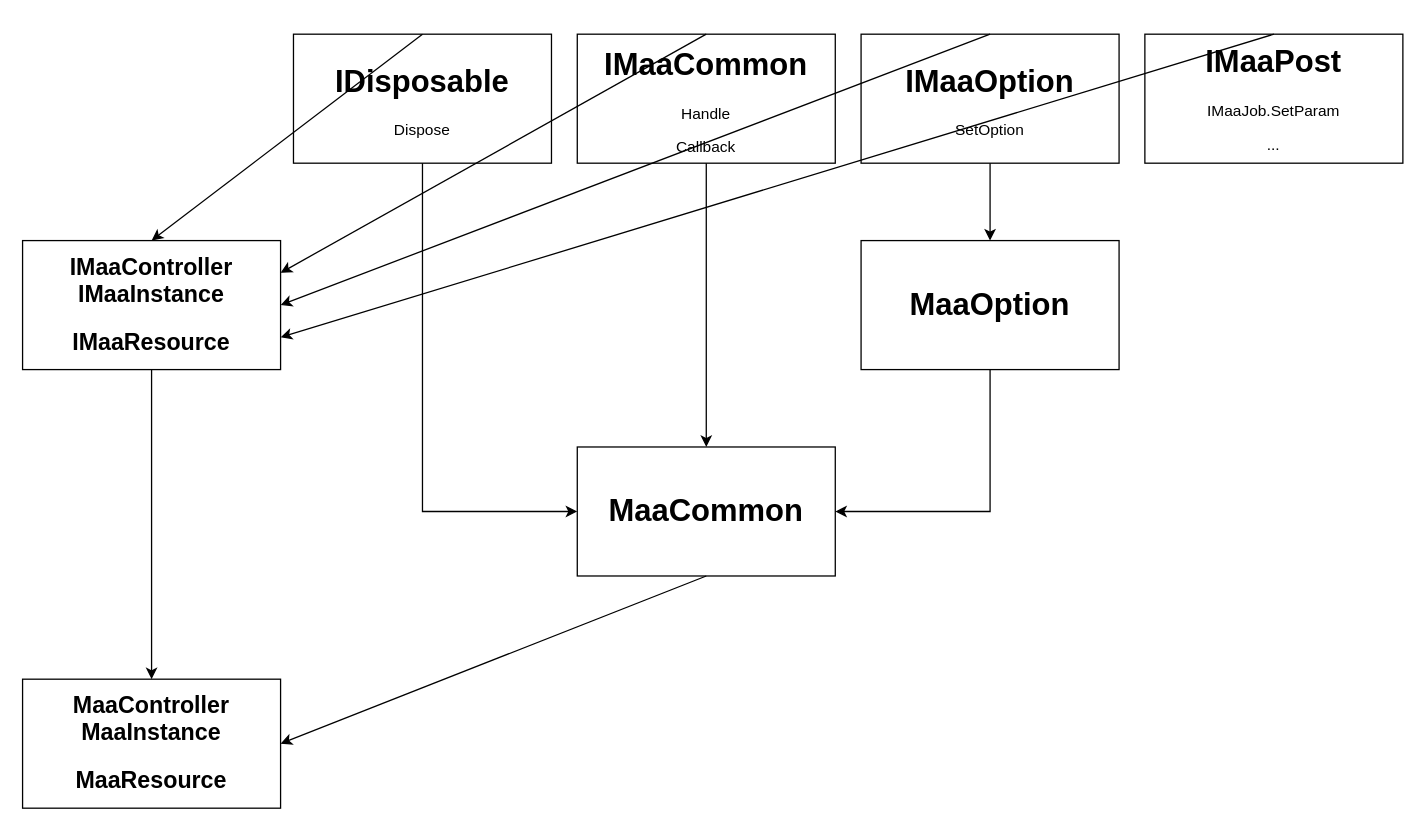
Before: fwinf.drawio in moomiji/-, a draw.io diagram. Source tidied: cells renumbered, new cells numbered last; positions are measured from the earlier drawing's top-left corner, leaving out a move shared by most shapes. Both pictures are drawn from the tidied source at 129%, with x=0, y=0 at pixel (22, 34).
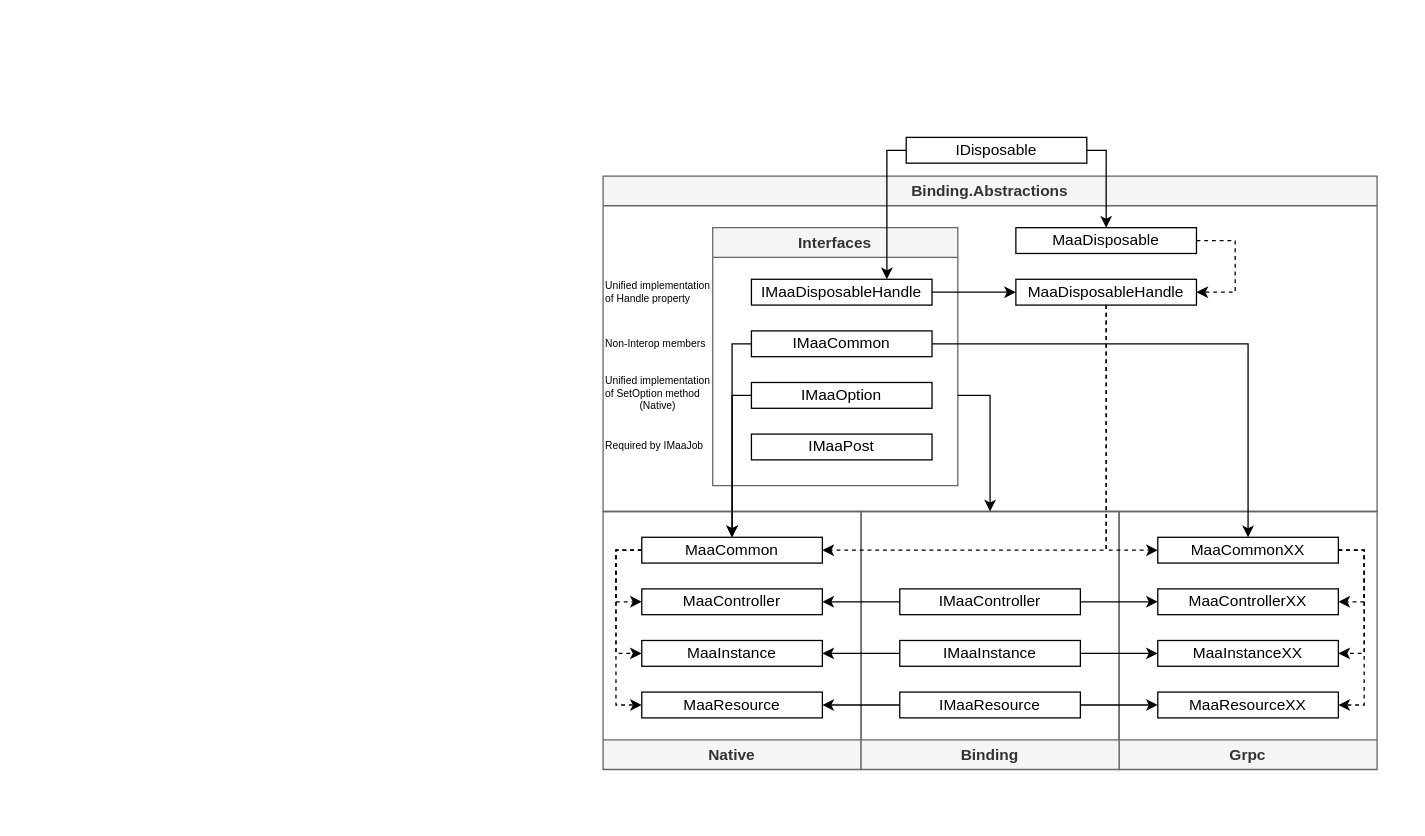
Above is the later version.

What changed in the source:
```diff
@@
-    <mxCell id="2" value="&lt;h1&gt;IMaaCommon&lt;/h1&gt;&lt;p&gt;Handle&lt;/p&gt;&lt;p&gt;Callback&lt;/p&gt;" style="rounded=0;whiteSpace=wrap;html=1;" parent="1" vertex="1">
-      <mxGeometry x="430" width="200" height="100" as="geometry" />
-    </mxCell>
-    <mxCell id="3" value="&lt;h1&gt;IMaaOption&lt;/h1&gt;&lt;p&gt;SetOption&lt;/p&gt;" style="rounded=0;whiteSpace=wrap;html=1;" parent="1" vertex="1">
-      <mxGeometry x="650" width="200" height="100" as="geometry" />
-    </mxCell>
-    <mxCell id="4" value="&lt;h1 style=&quot;border-color: var(--border-color);&quot;&gt;IMaaPost&lt;/h1&gt;&lt;h1&gt;&lt;p style=&quot;border-color: var(--border-color); font-size: 12px; font-weight: 400;&quot;&gt;IMaaJob.SetParam&lt;/p&gt;&lt;p style=&quot;border-color: var(--border-color); font-size: 12px; font-weight: 400;&quot;&gt;...&lt;/p&gt;&lt;/h1&gt;" style="rounded=0;whiteSpace=wrap;html=1;" parent="1" vertex="1">
-      <mxGeometry x="870" width="200" height="100" as="geometry" />
-    </mxCell>
-    <mxCell id="5" value="&lt;h1&gt;IDisposable&lt;/h1&gt;&lt;p&gt;Dispose&lt;br&gt;&lt;/p&gt;" style="rounded=0;whiteSpace=wrap;html=1;" parent="1" vertex="1">
-      <mxGeometry x="210" width="200" height="100" as="geometry" />
-    </mxCell>
+    <mxCell id="20" value="Binding.Abstractions" style="swimlane;whiteSpace=wrap;html=1;rounded=0;fillColor=#f5f5f5;strokeColor=#666666;fontColor=#333333;" parent="1" vertex="1">
+      <mxGeometry x="450" y="110" width="600" height="260" as="geometry" />
+    </mxCell>
+    <mxCell id="21" value="MaaDisposable" style="rounded=0;whiteSpace=wrap;html=1;" parent="20" vertex="1">
+      <mxGeometry x="320" y="40" width="140" height="20" as="geometry" />
+    </mxCell>
+    <mxCell id="22" value="MaaDisposableHandle" style="rounded=0;whiteSpace=wrap;html=1;" parent="20" vertex="1">
+      <mxGeometry x="320" y="80" width="140" height="20" as="geometry" />
+    </mxCell>
+    <mxCell id="23" style="endArrow=classic;html=1;exitX=1;exitY=0.5;exitDx=0;exitDy=0;entryX=1;entryY=0.5;entryDx=0;entryDy=0;rounded=0;dashed=1;" parent="20" edge="1" source="21" target="22">
+      <mxGeometry relative="1" as="geometry">
+        <Array as="points">
+          <mxPoint x="490" y="50" />
+          <mxPoint x="490" y="90" />
+        </Array>
+      </mxGeometry>
+    </mxCell>
+    <mxCell id="24" value="Interfaces" style="swimlane;whiteSpace=wrap;html=1;fillColor=#f5f5f5;fontColor=#333333;strokeColor=#666666;" parent="20" vertex="1">
+      <mxGeometry x="85" y="40" width="190" height="200" as="geometry" />
+    </mxCell>
+    <mxCell id="25" value="IMaaDisposableHandle" style="rounded=0;whiteSpace=wrap;html=1;" parent="24" vertex="1">
+      <mxGeometry x="30" y="40" width="140" height="20" as="geometry" />
+    </mxCell>
+    <mxCell id="26" value="IMaaCommon" style="rounded=0;whiteSpace=wrap;html=1;" parent="24" vertex="1">
+      <mxGeometry x="30" y="80" width="140" height="20" as="geometry" />
+    </mxCell>
+    <mxCell id="27" value="IMaaOption" style="rounded=0;whiteSpace=wrap;html=1;" parent="24" vertex="1">
+      <mxGeometry x="30" y="120" width="140" height="20" as="geometry" />
+    </mxCell>
+    <mxCell id="28" value="IMaaPost" style="rounded=0;whiteSpace=wrap;html=1;" parent="24" vertex="1">
+      <mxGeometry x="30" y="160" width="140" height="20" as="geometry" />
+    </mxCell>
+    <mxCell id="29" style="endArrow=classic;html=1;exitX=0;exitY=0.5;exitDx=0;exitDy=0;rounded=0;" parent="24" edge="1" source="27">
+      <mxGeometry relative="1" as="geometry">
+        <mxPoint x="15" y="240" as="targetPoint" />
+        <Array as="points">
+          <mxPoint x="15" y="130" />
+        </Array>
+      </mxGeometry>
+    </mxCell>
+    <mxCell id="30" style="endArrow=classic;html=1;entryX=0;entryY=0.5;entryDx=0;entryDy=0;rounded=0;exitX=1;exitY=0.5;exitDx=0;exitDy=0;" parent="20" edge="1" source="25" target="22">
+      <mxGeometry relative="1" as="geometry" />
+    </mxCell>
+    <mxCell id="31" value="&lt;font style=&quot;font-size: 8px;&quot;&gt;Required by IMaaJob&lt;/font&gt;" style="text;html=1;strokeColor=none;fillColor=none;align=left;verticalAlign=middle;whiteSpace=wrap;rounded=0;fontSize=8;" parent="20" vertex="1">
+      <mxGeometry y="200" width="90" height="18" as="geometry" />
+    </mxCell>
+    <mxCell id="32" value="&lt;font style=&quot;font-size: 8px;&quot;&gt;Unified implementation of SetOption method&lt;br&gt;&amp;nbsp; &amp;nbsp; &amp;nbsp; &amp;nbsp; &amp;nbsp; &amp;nbsp; (Native)&lt;/font&gt;" style="text;html=1;strokeColor=none;fillColor=none;align=left;verticalAlign=middle;whiteSpace=wrap;rounded=0;fontSize=8;" parent="20" vertex="1">
+      <mxGeometry y="160" width="90" height="18" as="geometry" />
+    </mxCell>
+    <mxCell id="33" value="&lt;font style=&quot;font-size: 8px;&quot;&gt;Unified implementation of Handle property&lt;/font&gt;" style="text;html=1;strokeColor=none;fillColor=none;align=left;verticalAlign=middle;whiteSpace=wrap;rounded=0;fontSize=8;" parent="20" vertex="1">
+      <mxGeometry y="81" width="90" height="18" as="geometry" />
+    </mxCell>
+    <mxCell id="34" value="&lt;font style=&quot;font-size: 8px;&quot;&gt;Non-Interop members&lt;/font&gt;" style="text;html=1;strokeColor=none;fillColor=none;align=left;verticalAlign=middle;whiteSpace=wrap;rounded=0;fontSize=8;" parent="20" vertex="1">
+      <mxGeometry y="121" width="90" height="18" as="geometry" />
+    </mxCell>
+    <mxCell id="35" value="IDisposable" style="rounded=0;whiteSpace=wrap;html=1;" parent="1" vertex="1">
+      <mxGeometry x="685" y="80" width="140" height="20" as="geometry" />
+    </mxCell>
+    <mxCell id="36" value="Native" style="swimlane;whiteSpace=wrap;html=1;flipV=1;rounded=0;fillColor=#f5f5f5;fontColor=#333333;strokeColor=#666666;" parent="1" vertex="1">
+      <mxGeometry x="450" y="370" width="200" height="200" as="geometry" />
+    </mxCell>
-    <mxCell id="6" value="&lt;h1&gt;MaaCommon&lt;/h1&gt;" style="rounded=0;whiteSpace=wrap;html=1;" parent="1" vertex="1">
-      <mxGeometry x="430" y="320" width="200" height="100" as="geometry" />
+    <mxCell id="6" value="MaaCommon" style="rounded=0;whiteSpace=wrap;html=1;" parent="36" vertex="1">
+      <mxGeometry x="30" y="20" width="140" height="20" as="geometry" />
     </mxCell>
-    <mxCell id="7" value="&lt;h1&gt;MaaOption&lt;/h1&gt;" style="rounded=0;whiteSpace=wrap;html=1;" parent="1" vertex="1">
-      <mxGeometry x="650" y="160" width="200" height="100" as="geometry" />
-    </mxCell>
-    <mxCell id="8" style="endArrow=classic;html=1;rounded=0;entryX=0.5;entryY=0;entryDx=0;entryDy=0;exitX=0.5;exitY=1;exitDx=0;exitDy=0;" parent="1" edge="1" source="3" target="7">
-      <mxGeometry relative="1" as="geometry" />
-    </mxCell>
-    <mxCell id="9" style="endArrow=classic;html=1;rounded=0;exitX=0.5;exitY=1;exitDx=0;exitDy=0;entryX=0.5;entryY=0;entryDx=0;entryDy=0;" parent="1" edge="1" source="2" target="6">
-      <mxGeometry relative="1" as="geometry" />
-    </mxCell>
-    <mxCell id="10" style="endArrow=classic;html=1;rounded=0;exitX=0.5;exitY=1;exitDx=0;exitDy=0;entryX=1;entryY=0.5;entryDx=0;entryDy=0;" parent="1" edge="1" source="7" target="6">
-      <mxGeometry relative="1" as="geometry">
-        <Array as="points">
-          <mxPoint x="750" y="370" />
-        </Array>
-      </mxGeometry>
-    </mxCell>
-    <mxCell id="11" style="endArrow=classic;html=1;rounded=0;exitX=0.5;exitY=1;exitDx=0;exitDy=0;entryX=0;entryY=0.5;entryDx=0;entryDy=0;" parent="1" edge="1" source="5" target="6">
-      <mxGeometry relative="1" as="geometry">
-        <Array as="points">
-          <mxPoint x="310" y="370" />
-        </Array>
-      </mxGeometry>
-    </mxCell>
-    <mxCell id="12" value="&lt;h2&gt;&lt;/h2&gt;&lt;h2&gt;IMaaController&lt;br&gt;IMaaInstance&lt;/h2&gt;&lt;h2&gt;IMaaResource&lt;/h2&gt;" style="rounded=0;whiteSpace=wrap;html=1;spacing=2;" parent="1" vertex="1">
-      <mxGeometry y="160" width="200" height="100" as="geometry" />
-    </mxCell>
-    <mxCell id="13" value="&lt;h2&gt;&lt;/h2&gt;&lt;h2&gt;MaaController&lt;br&gt;MaaInstance&lt;/h2&gt;&lt;h2&gt;MaaResource&lt;/h2&gt;" style="rounded=0;whiteSpace=wrap;html=1;spacing=2;" parent="1" vertex="1">
-      <mxGeometry y="500" width="200" height="100" as="geometry" />
-    </mxCell>
-    <mxCell id="14" style="endArrow=classic;html=1;rounded=0;exitX=0.5;exitY=1;exitDx=0;exitDy=0;entryX=0.5;entryY=0;entryDx=0;entryDy=0;" parent="1" edge="1" source="12" target="13">
-      <mxGeometry relative="1" as="geometry" />
-    </mxCell>
-    <mxCell id="15" style="endArrow=classic;html=1;rounded=0;exitX=0.5;exitY=0;exitDx=0;exitDy=0;entryX=0.5;entryY=0;entryDx=0;entryDy=0;" parent="1" edge="1" source="5" target="12">
-      <mxGeometry relative="1" as="geometry" />
-    </mxCell>
-    <mxCell id="16" style="endArrow=classic;html=1;rounded=0;exitX=0.5;exitY=0;exitDx=0;exitDy=0;entryX=1;entryY=0.25;entryDx=0;entryDy=0;" parent="1" edge="1" source="2" target="12">
-      <mxGeometry relative="1" as="geometry" />
-    </mxCell>
-    <mxCell id="17" style="endArrow=classic;html=1;rounded=0;exitX=0.5;exitY=0;exitDx=0;exitDy=0;entryX=1;entryY=0.5;entryDx=0;entryDy=0;" parent="1" edge="1" source="3" target="12">
-      <mxGeometry relative="1" as="geometry" />
-    </mxCell>
-    <mxCell id="18" style="endArrow=classic;html=1;rounded=0;exitX=0.5;exitY=0;exitDx=0;exitDy=0;entryX=1;entryY=0.75;entryDx=0;entryDy=0;" parent="1" edge="1" source="4" target="12">
-      <mxGeometry relative="1" as="geometry" />
-    </mxCell>
-    <mxCell id="19" style="endArrow=classic;html=1;rounded=0;exitX=0.5;exitY=1;exitDx=0;exitDy=0;entryX=1;entryY=0.5;entryDx=0;entryDy=0;" parent="1" edge="1" source="6" target="13">
-      <mxGeometry relative="1" as="geometry" />
-    </mxCell>
+    <mxCell id="37" value="MaaController" style="rounded=0;whiteSpace=wrap;html=1;" parent="36" vertex="1">
+      <mxGeometry x="30" y="60" width="140" height="20" as="geometry" />
+    </mxCell>
+    <mxCell id="38" value="MaaResource" style="rounded=0;whiteSpace=wrap;html=1;" parent="36" vertex="1">
+      <mxGeometry x="30" y="140" width="140" height="20" as="geometry" />
+    </mxCell>
+    <mxCell id="39" value="MaaInstance" style="rounded=0;whiteSpace=wrap;html=1;" parent="36" vertex="1">
+      <mxGeometry x="30" y="100" width="140" height="20" as="geometry" />
+    </mxCell>
+    <mxCell id="40" style="endArrow=classic;html=1;exitX=0;exitY=0.5;exitDx=0;exitDy=0;entryX=0;entryY=0.5;entryDx=0;entryDy=0;rounded=0;dashed=1;" parent="36" edge="1" source="6" target="38">
+      <mxGeometry relative="1" as="geometry">
+        <Array as="points">
+          <mxPoint x="10" y="30" />
+          <mxPoint x="10" y="150" />
+        </Array>
+      </mxGeometry>
+    </mxCell>
+    <mxCell id="41" style="endArrow=classic;html=1;rounded=0;dashed=1;exitX=0;exitY=0.5;exitDx=0;exitDy=0;entryX=0;entryY=0.5;entryDx=0;entryDy=0;" parent="36" edge="1" source="6" target="37">
+      <mxGeometry relative="1" as="geometry">
+        <Array as="points">
+          <mxPoint x="10" y="30" />
+          <mxPoint x="10" y="70" />
+        </Array>
+      </mxGeometry>
+    </mxCell>
+    <mxCell id="42" value="Grpc" style="swimlane;whiteSpace=wrap;html=1;flipV=1;rounded=0;fillColor=#f5f5f5;fontColor=#333333;strokeColor=#666666;" parent="1" vertex="1">
+      <mxGeometry x="850" y="370" width="200" height="200" as="geometry" />
+    </mxCell>
+    <mxCell id="43" value="MaaCommonXX" style="rounded=0;whiteSpace=wrap;html=1;" parent="42" vertex="1">
+      <mxGeometry x="30" y="20" width="140" height="20" as="geometry" />
+    </mxCell>
+    <mxCell id="44" value="MaaControllerXX" style="rounded=0;whiteSpace=wrap;html=1;" parent="42" vertex="1">
+      <mxGeometry x="30" y="60" width="140" height="20" as="geometry" />
+    </mxCell>
+    <mxCell id="45" value="MaaResourceXX" style="rounded=0;whiteSpace=wrap;html=1;" parent="42" vertex="1">
+      <mxGeometry x="30" y="140" width="140" height="20" as="geometry" />
+    </mxCell>
+    <mxCell id="46" value="MaaInstanceXX" style="rounded=0;whiteSpace=wrap;html=1;" parent="42" vertex="1">
+      <mxGeometry x="30" y="100" width="140" height="20" as="geometry" />
+    </mxCell>
+    <mxCell id="47" style="endArrow=classic;html=1;exitX=0;exitY=0.5;exitDx=0;exitDy=0;entryX=0;entryY=0.5;entryDx=0;entryDy=0;rounded=0;dashed=1;" parent="42" edge="1">
+      <mxGeometry relative="1" as="geometry">
+        <mxPoint x="170" y="30" as="sourcePoint" />
+        <mxPoint x="170" y="150" as="targetPoint" />
+        <Array as="points">
+          <mxPoint x="190" y="30" />
+          <mxPoint x="190" y="150" />
+        </Array>
+      </mxGeometry>
+    </mxCell>
+    <mxCell id="48" style="endArrow=classic;html=1;rounded=0;dashed=1;exitX=0;exitY=0.5;exitDx=0;exitDy=0;entryX=0;entryY=0.5;entryDx=0;entryDy=0;" parent="42" edge="1">
+      <mxGeometry relative="1" as="geometry">
+        <mxPoint x="170" y="30" as="sourcePoint" />
+        <mxPoint x="170" y="70" as="targetPoint" />
+        <Array as="points">
+          <mxPoint x="190" y="30" />
+          <mxPoint x="190" y="70" />
+        </Array>
+      </mxGeometry>
+    </mxCell>
+    <mxCell id="49" style="endArrow=classic;html=1;rounded=0;dashed=1;entryX=0;entryY=0.5;entryDx=0;entryDy=0;" parent="42" edge="1">
+      <mxGeometry relative="1" as="geometry">
+        <mxPoint x="170" y="30" as="sourcePoint" />
+        <mxPoint x="170" y="110" as="targetPoint" />
+        <Array as="points">
+          <mxPoint x="190" y="30" />
+          <mxPoint x="190" y="110" />
+        </Array>
+      </mxGeometry>
+    </mxCell>
+    <mxCell id="50" style="endArrow=classic;html=1;rounded=0;exitX=0;exitY=0.5;exitDx=0;exitDy=0;entryX=0.75;entryY=0;entryDx=0;entryDy=0;" parent="1" edge="1" source="35" target="25">
+      <mxGeometry relative="1" as="geometry">
+        <Array as="points">
+          <mxPoint x="670" y="90" />
+        </Array>
+      </mxGeometry>
+    </mxCell>
+    <mxCell id="51" style="endArrow=classic;html=1;entryX=0.5;entryY=0;entryDx=0;entryDy=0;rounded=0;exitX=1;exitY=0.5;exitDx=0;exitDy=0;" parent="1" edge="1" source="35" target="21">
+      <mxGeometry relative="1" as="geometry">
+        <Array as="points">
+          <mxPoint x="840" y="90" />
+        </Array>
+      </mxGeometry>
+    </mxCell>
+    <mxCell id="52" value="Binding" style="swimlane;whiteSpace=wrap;html=1;flipV=1;rounded=0;fillColor=#f5f5f5;fontColor=#333333;strokeColor=#666666;" parent="1" vertex="1">
+      <mxGeometry x="650" y="370" width="200" height="200" as="geometry" />
+    </mxCell>
+    <mxCell id="53" value="IMaaController" style="rounded=0;whiteSpace=wrap;html=1;" parent="52" vertex="1">
+      <mxGeometry x="30" y="60" width="140" height="20" as="geometry" />
+    </mxCell>
+    <mxCell id="54" value="IMaaResource" style="rounded=0;whiteSpace=wrap;html=1;" parent="52" vertex="1">
+      <mxGeometry x="30" y="140" width="140" height="20" as="geometry" />
+    </mxCell>
+    <mxCell id="55" value="IMaaInstance" style="rounded=0;whiteSpace=wrap;html=1;" parent="52" vertex="1">
+      <mxGeometry x="30" y="100" width="140" height="20" as="geometry" />
+    </mxCell>
+    <mxCell id="56" style="endArrow=classic;html=1;entryX=0.5;entryY=0;entryDx=0;entryDy=0;rounded=0;" parent="1" edge="1">
+      <mxGeometry relative="1" as="geometry">
+        <mxPoint x="725" y="280" as="sourcePoint" />
+        <mxPoint x="750" y="370" as="targetPoint" />
+        <Array as="points">
+          <mxPoint x="750" y="280" />
+        </Array>
+      </mxGeometry>
+    </mxCell>
+    <mxCell id="57" style="endArrow=classic;html=1;entryX=1;entryY=0.5;entryDx=0;entryDy=0;exitX=0;exitY=0.5;exitDx=0;exitDy=0;" parent="1" edge="1" source="53" target="37">
+      <mxGeometry relative="1" as="geometry" />
+    </mxCell>
+    <mxCell id="58" style="endArrow=classic;html=1;entryX=1;entryY=0.5;entryDx=0;entryDy=0;exitX=0;exitY=0.5;exitDx=0;exitDy=0;" parent="1" edge="1" source="55" target="39">
+      <mxGeometry relative="1" as="geometry" />
+    </mxCell>
+    <mxCell id="59" style="endArrow=classic;html=1;entryX=1;entryY=0.5;entryDx=0;entryDy=0;exitX=0;exitY=0.5;exitDx=0;exitDy=0;" parent="1" edge="1" source="54" target="38">
+      <mxGeometry relative="1" as="geometry" />
+    </mxCell>
+    <mxCell id="60" style="endArrow=classic;html=1;entryX=0;entryY=0.5;entryDx=0;entryDy=0;exitX=1;exitY=0.5;exitDx=0;exitDy=0;" parent="1" edge="1" source="53" target="44">
+      <mxGeometry relative="1" as="geometry" />
+    </mxCell>
+    <mxCell id="61" style="endArrow=classic;html=1;entryX=0;entryY=0.5;entryDx=0;entryDy=0;exitX=1;exitY=0.5;exitDx=0;exitDy=0;" parent="1" edge="1" source="55" target="46">
+      <mxGeometry relative="1" as="geometry" />
+    </mxCell>
+    <mxCell id="62" style="endArrow=classic;html=1;entryX=0;entryY=0.5;entryDx=0;entryDy=0;exitX=1;exitY=0.5;exitDx=0;exitDy=0;" parent="1" edge="1" source="54" target="45">
+      <mxGeometry relative="1" as="geometry" />
+    </mxCell>
+    <mxCell id="63" style="endArrow=classic;html=1;entryX=0.5;entryY=0;entryDx=0;entryDy=0;rounded=0;exitX=0;exitY=0.5;exitDx=0;exitDy=0;" parent="1" edge="1" source="26" target="6">
+      <mxGeometry relative="1" as="geometry">
+        <Array as="points">
+          <mxPoint x="550" y="240" />
+        </Array>
+      </mxGeometry>
+    </mxCell>
+    <mxCell id="64" style="endArrow=classic;html=1;exitX=1;exitY=0.5;exitDx=0;exitDy=0;entryX=0.5;entryY=0;entryDx=0;entryDy=0;rounded=0;" parent="1" edge="1" source="26" target="43">
+      <mxGeometry relative="1" as="geometry">
+        <Array as="points">
+          <mxPoint x="950" y="240" />
+        </Array>
+      </mxGeometry>
+    </mxCell>
+    <mxCell id="65" style="endArrow=classic;html=1;exitX=0.5;exitY=1;exitDx=0;exitDy=0;entryX=0;entryY=0.5;entryDx=0;entryDy=0;rounded=0;dashed=1;" parent="1" edge="1" source="22" target="43">
+      <mxGeometry relative="1" as="geometry">
+        <Array as="points">
+          <mxPoint x="840" y="400" />
+        </Array>
+      </mxGeometry>
+    </mxCell>
+    <mxCell id="66" style="endArrow=classic;html=1;exitX=0.5;exitY=1;exitDx=0;exitDy=0;entryX=1;entryY=0.5;entryDx=0;entryDy=0;rounded=0;dashed=1;" parent="1" edge="1" source="22" target="6">
+      <mxGeometry relative="1" as="geometry">
+        <Array as="points">
+          <mxPoint x="840" y="400" />
+        </Array>
+      </mxGeometry>
+    </mxCell>
+    <mxCell id="67" style="endArrow=classic;html=1;rounded=0;dashed=1;entryX=0;entryY=0.5;entryDx=0;entryDy=0;" parent="1" edge="1" target="39">
+      <mxGeometry relative="1" as="geometry">
+        <mxPoint x="480" y="400" as="sourcePoint" />
+        <Array as="points">
+          <mxPoint x="460" y="400" />
+          <mxPoint x="460" y="480" />
+        </Array>
+      </mxGeometry>
+    </mxCell>
```
